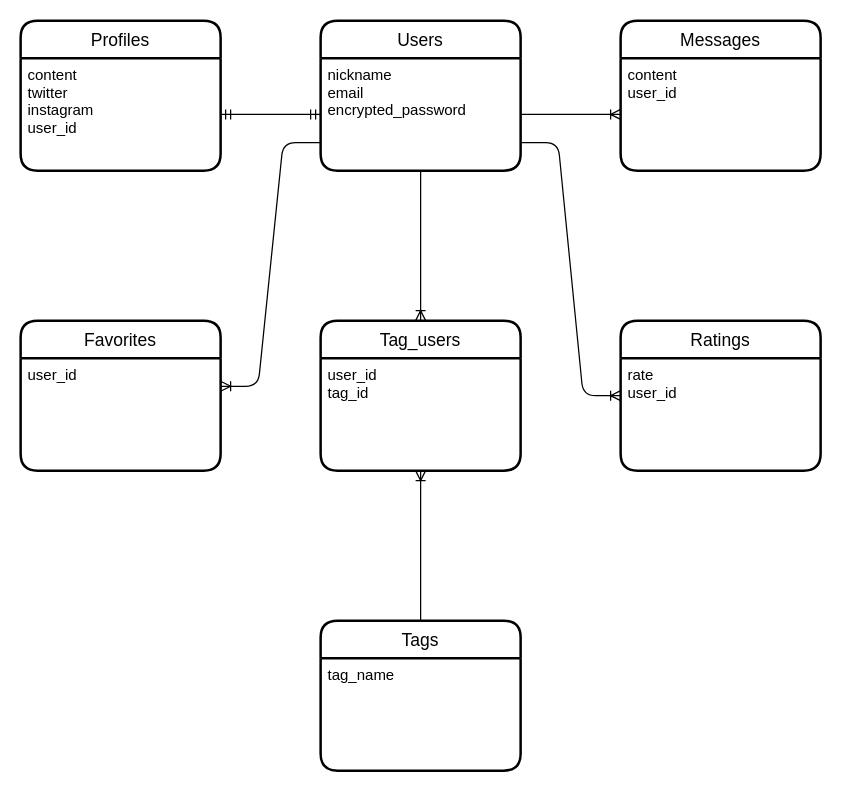
fudoakira/kiite-proto keeps this draw.io diagram as kiite.dio. Above is the earlier version. Source tidied: cells renumbered, new cells numbered last; positions are measured from the earlier drawing's top-left corner, leaving out a move shared by most shapes. Both pictures are drawn from the tidied source at 125%, with x=0, y=0 at pixel (20, 20).
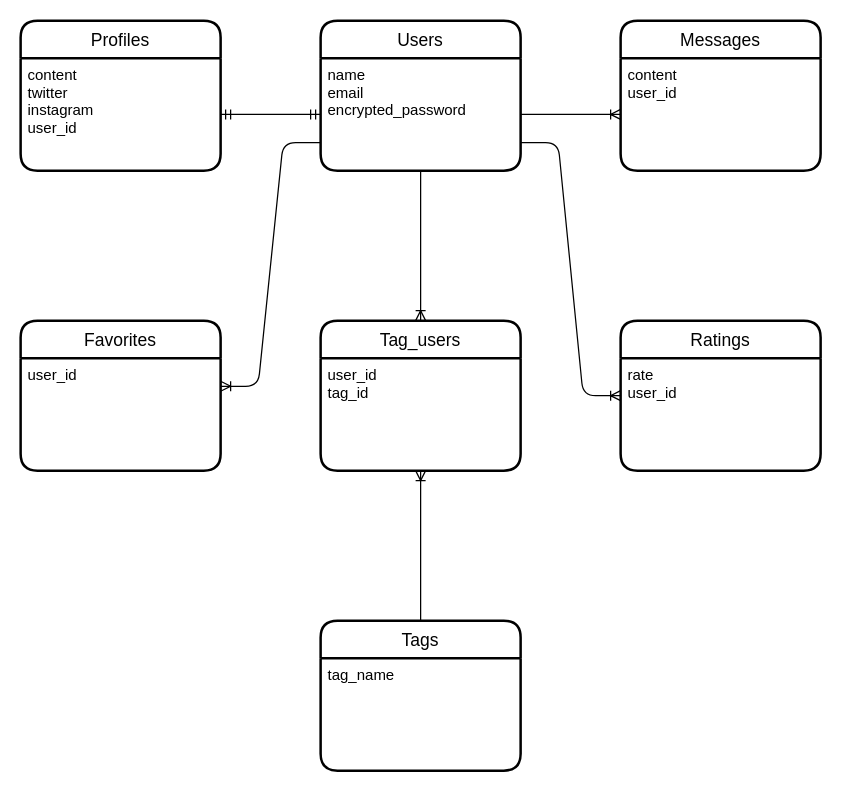
Above is the later version.

The change refers to these unchanged cells:
```xml
<mxCell id="2" value="Users" style="swimlane;horizontal=1;startSize=30;rounded=1;fontSize=14;fontStyle=0;strokeWidth=2;shadow=0;dashed=0;align=center;" parent="1" vertex="1">
  <mxGeometry x="240" width="160" height="120" as="geometry" />
</mxCell>
```

What changed in the source:
```diff
@@
-    <mxCell id="3" value="nickname&#10;email&#10;encrypted_password" style="align=left;strokeColor=none;fillColor=none;spacingLeft=4;fontSize=12;verticalAlign=top;" parent="2" vertex="1">
+    <mxCell id="3" value="name&#10;email&#10;encrypted_password" style="align=left;strokeColor=none;fillColor=none;spacingLeft=4;fontSize=12;verticalAlign=top;" parent="2" vertex="1">
       <mxGeometry y="30" width="160" height="90" as="geometry" />
     </mxCell>
```
